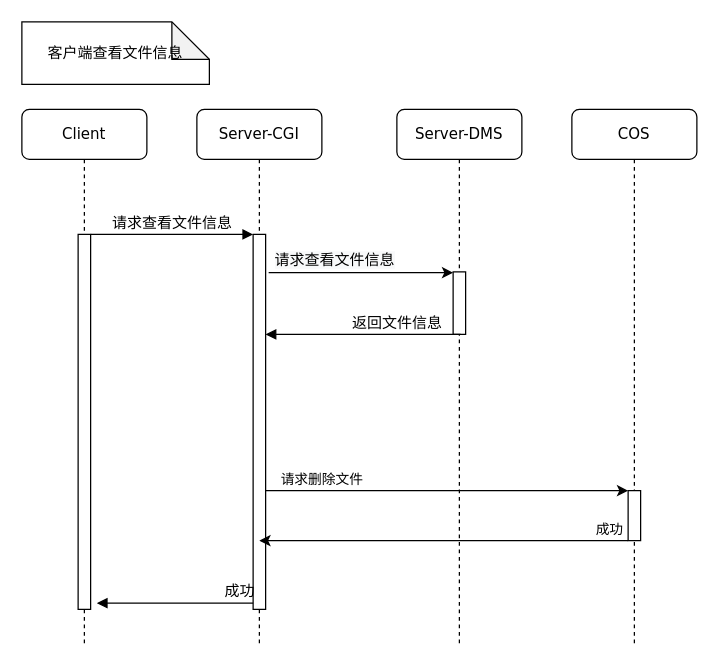
Earlier version of the draw.io diagram dms-查看文件.drawio (logxxx/Something). Source tidied: cells renumbered, new cells numbered last; positions are measured from the earlier drawing's top-left corner, leaving out a move shared by most shapes. Both pictures are drawn from the tidied source at 125%, with x=0, y=0 at pixel (21, 21).
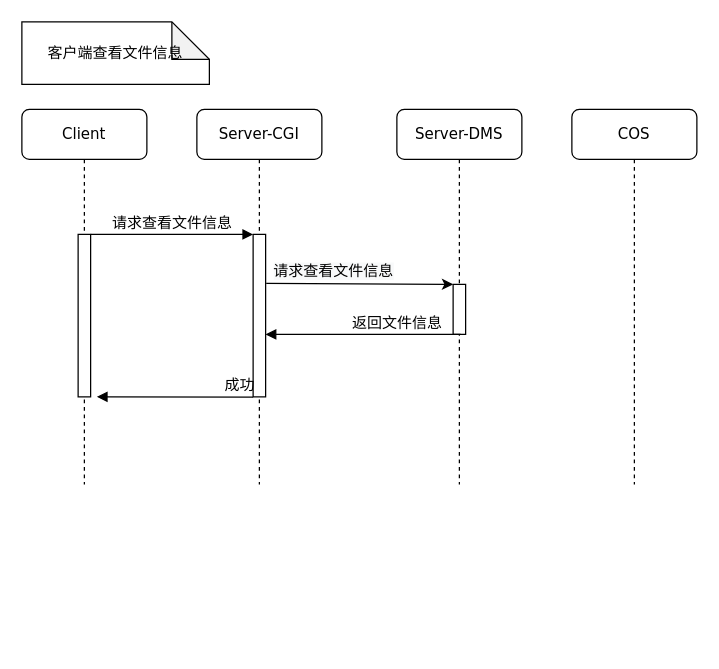
Above is the later version.

Diff of the diagram source:
```diff
@@
     <mxCell id="2" value="Server-CGI" style="shape=umlLifeline;perimeter=lifelinePerimeter;whiteSpace=wrap;html=1;rounded=1;shadow=0;comic=0;labelBackgroundColor=none;strokeWidth=1;fontFamily=Verdana;fontSize=12;align=center;" parent="1" vertex="1">
-      <mxGeometry x="140" y="70" width="100" height="430" as="geometry" />
+      <mxGeometry x="140" y="70" width="100" height="300" as="geometry" />
     </mxCell>
     <mxCell id="3" style="html=1;points=[];perimeter=orthogonalPerimeter;rounded=0;shadow=0;comic=0;labelBackgroundColor=none;strokeWidth=1;fontFamily=Verdana;fontSize=12;align=center;" parent="2" vertex="1">
-      <mxGeometry x="45" y="100" width="10" height="300" as="geometry" />
+      <mxGeometry x="45" y="100" width="10" height="130" as="geometry" />
     </mxCell>
     <mxCell id="4" value="Server-DMS" style="shape=umlLifeline;perimeter=lifelinePerimeter;whiteSpace=wrap;html=1;rounded=1;shadow=0;comic=0;labelBackgroundColor=none;strokeWidth=1;fontFamily=Verdana;fontSize=12;align=center;" parent="1" vertex="1">
-      <mxGeometry x="300" y="70" width="100" height="430" as="geometry" />
+      <mxGeometry x="300" y="70" width="100" height="300" as="geometry" />
     </mxCell>
     <mxCell id="5" style="html=1;points=[];perimeter=orthogonalPerimeter;rounded=0;shadow=0;comic=0;labelBackgroundColor=none;strokeWidth=1;fontFamily=Verdana;fontSize=12;align=center;" parent="4" vertex="1">
-      <mxGeometry x="45" y="130" width="10" height="50" as="geometry" />
+      <mxGeometry x="45" y="140" width="10" height="40" as="geometry" />
     </mxCell>
     <mxCell id="6" value="COS" style="shape=umlLifeline;perimeter=lifelinePerimeter;whiteSpace=wrap;html=1;rounded=1;shadow=0;comic=0;labelBackgroundColor=none;strokeWidth=1;fontFamily=Verdana;fontSize=12;align=center;" parent="1" vertex="1">
-      <mxGeometry x="440" y="70" width="100" height="430" as="geometry" />
+      <mxGeometry x="440" y="70" width="100" height="300" as="geometry" />
     </mxCell>
-    <mxCell id="7" style="html=1;points=[];perimeter=orthogonalPerimeter;rounded=0;shadow=0;comic=0;labelBackgroundColor=none;strokeWidth=1;fontFamily=Verdana;fontSize=12;align=center;" parent="6" vertex="1">
-      <mxGeometry x="45" y="305" width="10" height="40" as="geometry" />
-    </mxCell>
     <mxCell id="8" value="Client" style="shape=umlLifeline;perimeter=lifelinePerimeter;whiteSpace=wrap;html=1;rounded=1;shadow=0;comic=0;labelBackgroundColor=none;strokeWidth=1;fontFamily=Verdana;fontSize=12;align=center;" parent="1" vertex="1">
-      <mxGeometry y="70" width="100" height="430" as="geometry" />
+      <mxGeometry y="70" width="100" height="300" as="geometry" />
     </mxCell>
     <mxCell id="9" style="html=1;points=[];perimeter=orthogonalPerimeter;rounded=0;shadow=0;comic=0;labelBackgroundColor=none;strokeWidth=1;fontFamily=Verdana;fontSize=12;align=center;" parent="8" vertex="1">
-      <mxGeometry x="45" y="100" width="10" height="300" as="geometry" />
+      <mxGeometry x="45" y="100" width="10" height="130" as="geometry" />
     </mxCell>
@@
-    <mxCell id="11" value="成功" style="html=1;verticalAlign=bottom;endArrow=block;labelBackgroundColor=none;fontFamily=Verdana;fontSize=12;edgeStyle=elbowEdgeStyle;elbow=vertical;entryX=1.5;entryY=0.983;entryDx=0;entryDy=0;entryPerimeter=0;" parent="1" edge="1" source="3" target="9">
+    <mxCell id="11" value="成功" style="html=1;verticalAlign=bottom;endArrow=block;labelBackgroundColor=none;fontFamily=Verdana;fontSize=12;edgeStyle=elbowEdgeStyle;elbow=vertical;entryX=1.5;entryY=0.983;entryDx=0;entryDy=0;entryPerimeter=0;" parent="1" edge="1">
       <mxGeometry y="-53" relative="1" as="geometry">
+        <mxPoint x="185" y="300.1" as="sourcePoint" />
+        <mxPoint x="60" y="300" as="targetPoint" />
         <Array as="points">
-          <mxPoint x="50" y="465" />
+          <mxPoint x="50" y="300" />
         </Array>
         <mxPoint x="52" y="53" as="offset" />
       </mxGeometry>
     </mxCell>
@@
-    <mxCell id="13" style="endArrow=classic;html=1;exitX=1.243;exitY=0.102;exitDx=0;exitDy=0;exitPerimeter=0;" parent="1" edge="1" source="3" target="5">
+    <mxCell id="13" style="endArrow=classic;html=1;exitX=1.044;exitY=0.302;exitDx=0;exitDy=0;exitPerimeter=0;" parent="1" edge="1" source="3" target="5">
       <mxGeometry relative="1" as="geometry" />
     </mxCell>
@@
-    <mxCell id="16" style="endArrow=classic;html=1;" parent="1" edge="1" target="7">
-      <mxGeometry relative="1" as="geometry">
-        <mxPoint x="195" y="375" as="sourcePoint" />
-      </mxGeometry>
-    </mxCell>
-    <mxCell id="17" value="请求删除文件" style="edgeLabel;html=1;align=center;verticalAlign=middle;" parent="16" vertex="1">
-      <mxGeometry x="0.26" y="4" relative="1" as="geometry">
-        <mxPoint x="-138.3" y="-6" as="offset" />
-      </mxGeometry>
-    </mxCell>
-    <mxCell id="18" style="edgeStyle=orthogonalEdgeStyle;rounded=0;orthogonalLoop=1;jettySize=auto;html=1;entryX=0.5;entryY=0.611;entryDx=0;entryDy=0;entryPerimeter=0;" parent="1" edge="1">
-      <mxGeometry relative="1" as="geometry">
-        <mxPoint x="485" y="415" as="sourcePoint" />
-        <mxPoint x="190" y="415" as="targetPoint" />
-      </mxGeometry>
-    </mxCell>
-    <mxCell id="19" value="成功" style="edgeLabel;html=1;align=center;verticalAlign=middle;" parent="18" vertex="1">
-      <mxGeometry x="-0.87" y="-1" relative="1" as="geometry">
-        <mxPoint x="3.9" y="-9" as="offset" />
-      </mxGeometry>
-    </mxCell>
```
